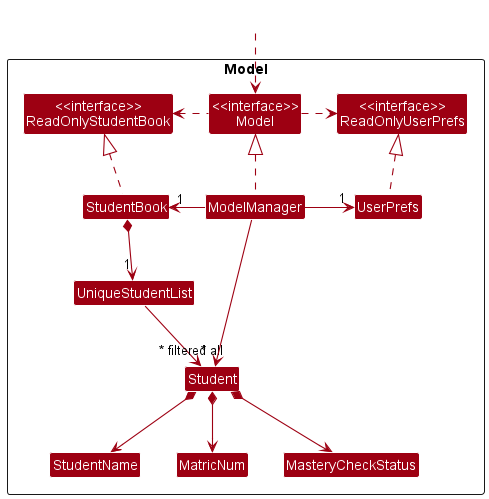
nus-cs2103-AY2223S1/tp keeps this PlantUML diagram as docs/images/ModelClassDiagram.png. Above is the earlier version.
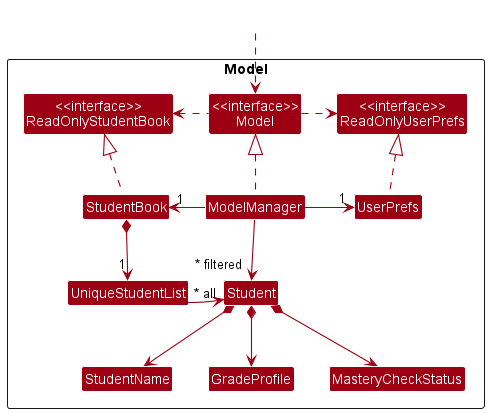
After the change.

Commit message:
Update UML diagrams

The edit, as a diff of the source:
```diff
@@ -16,7 +16,7 @@
 Class Student
 Class MasteryCheckStatus
 Class StudentName
-Class MatricNum
+Class GradeProfile
 
 }
 
@@ -35,11 +35,12 @@
 StudentBook *--> "1" UniqueStudentList
 UniqueStudentList --> "~* all" Student
 Student *--> StudentName
-Student *--> MatricNum
+Student *--> GradeProfile
 Student *--> MasteryCheckStatus
 
-StudentName -[hidden]right-> MatricNum
-MatricNum -[hidden]right-> MasteryCheckStatus
+UniqueStudentList -[hidden]right-> Student
+StudentName -[hidden]right-> GradeProfile
+GradeProfile -[hidden]right-> MasteryCheckStatus
 
 
 ModelManager -->"~* filtered" Student
```
